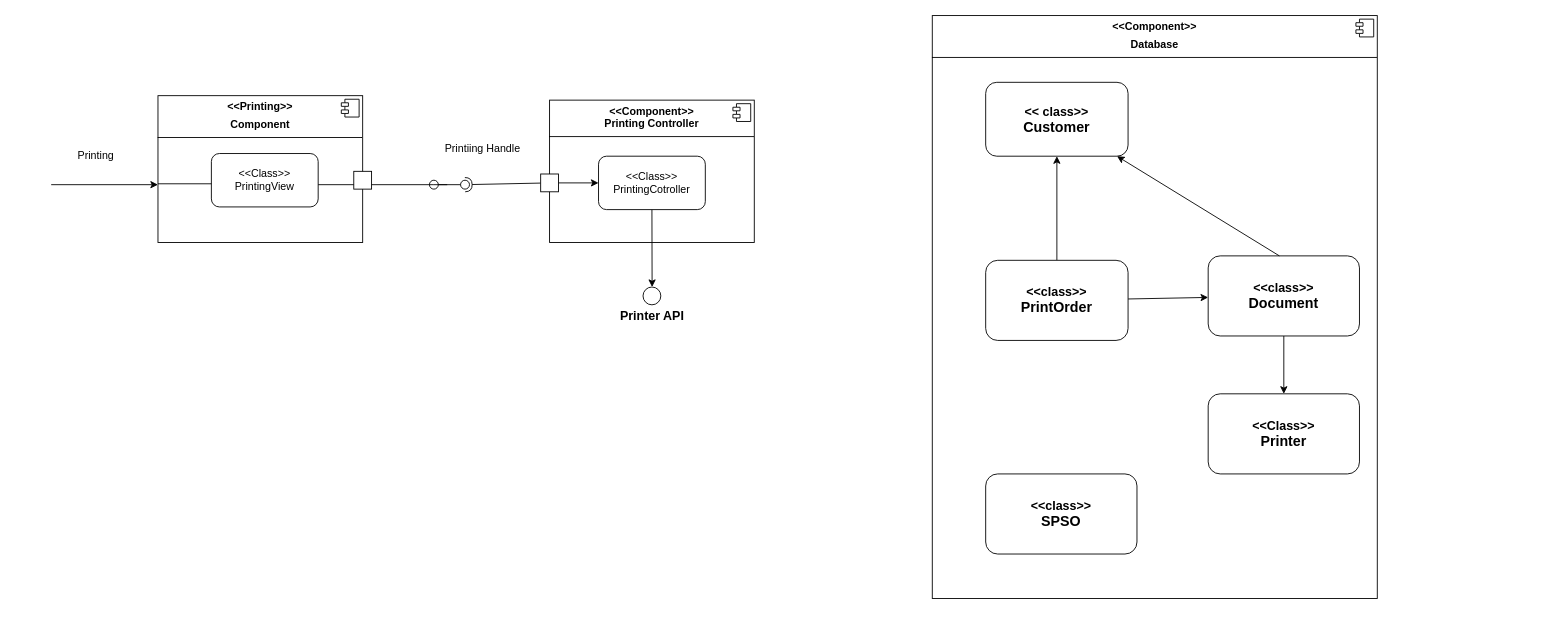
This is Untitled Diagram.drawio from QuangTrungK22/MCU_LAB3, a draw.io file, before an edit. Source tidied: cells renumbered, new cells numbered last; positions are measured from the earlier drawing's top-left corner, leaving out a move shared by most shapes. Both pictures are drawn from the tidied source at 89%, with x=0, y=0 at pixel (51, 15).
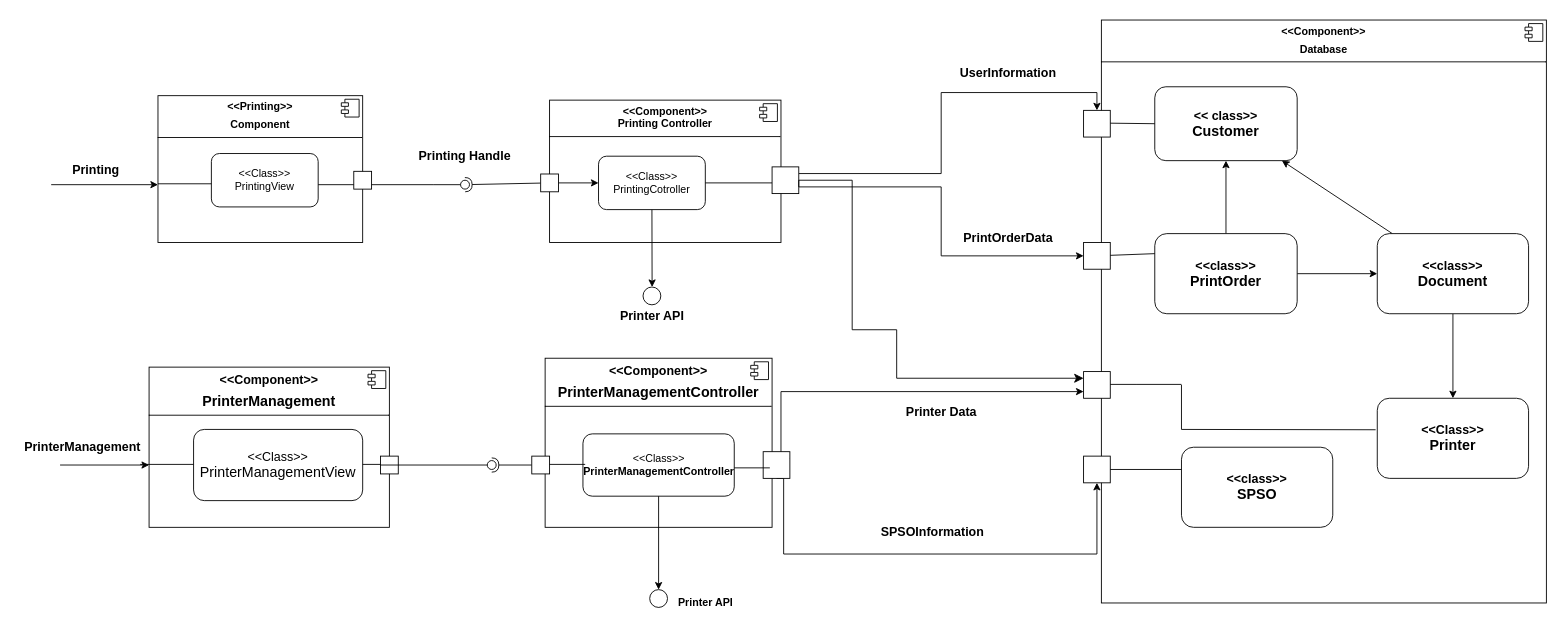
The same page after the edit.

Commit message:
CNPM_Diagram_3.2

Unchanged cells that the change refers to:
```xml
<mxCell id="10" style="line;strokeWidth=1;dashed=0;labelPosition=right;align=left;verticalAlign=middle;spacingTop=0;spacingLeft=6;points=[];portConstraint=eastwest;" parent="1" vertex="1">
  <mxGeometry x="300" y="125" width="130" height="130" as="geometry" />
</mxCell>
<mxCell id="22" value="&amp;lt;&amp;lt;Class&amp;gt;&amp;gt;&lt;div&gt;PrintingCotroller&lt;/div&gt;" style="rounded=1;whiteSpace=wrap;html=1;" parent="1" vertex="1">
  <mxGeometry x="615" y="158" width="120" height="60" as="geometry" />
</mxCell>
```

What changed in the source:
```diff
@@
-    <mxCell id="9" style="rounded=0;jettySize=auto;html=1;endArrow=oval;endFill=0;sketch=0;sourcePerimeterSpacing=0;targetPerimeterSpacing=0;endSize=10;" parent="1" edge="1" target="10">
-      <mxGeometry relative="1" as="geometry">
-        <mxPoint x="445" y="190" as="sourcePoint" />
-      </mxGeometry>
-    </mxCell>
@@
-    <mxCell id="14" value="Printing" style="text;html=1;align=center;verticalAlign=middle;strokeColor=none;fillColor=none;" parent="1" vertex="1">
-      <mxGeometry x="20" y="143" width="60" height="30" as="geometry" />
+    <mxCell id="14" value="&lt;font style=&quot;font-size: 14px;&quot;&gt;&lt;b&gt;Printing&lt;/b&gt;&lt;/font&gt;" style="text;html=1;align=center;verticalAlign=middle;strokeColor=none;fillColor=none;" parent="1" vertex="1">
+      <mxGeometry x="10" y="157.5" width="80" height="30" as="geometry" />
     </mxCell>
-    <mxCell id="15" value="Printiing Handle" style="text;html=1;align=center;verticalAlign=middle;whiteSpace=wrap;rounded=0;" parent="1" vertex="1">
-      <mxGeometry x="430" y="135" width="110" height="30" as="geometry" />
+    <mxCell id="15" value="&lt;font style=&quot;font-size: 14px;&quot;&gt;&lt;b&gt;Printing Handle&lt;/b&gt;&lt;/font&gt;" style="text;html=1;align=center;verticalAlign=middle;whiteSpace=wrap;rounded=0;" parent="1" vertex="1">
+      <mxGeometry x="410" y="143" width="110" height="30" as="geometry" />
     </mxCell>
@@
     <mxCell id="17" value="&lt;p style=&quot;margin:0px;margin-top:6px;text-align:center;&quot;&gt;&lt;b&gt;&amp;lt;&amp;lt;Component&amp;gt;&amp;gt;&lt;br&gt;Printing Controller&lt;/b&gt;&lt;/p&gt;&lt;hr size=&quot;1&quot; style=&quot;border-style:solid;&quot;&gt;&lt;p style=&quot;margin:0px;margin-left:8px;&quot;&gt;&lt;br&gt;&lt;br&gt;&lt;/p&gt;" style="align=left;overflow=fill;html=1;whiteSpace=wrap;" parent="1" vertex="1">
-      <mxGeometry x="560" y="95" width="230" height="160" as="geometry" />
+      <mxGeometry x="560" y="95" width="260" height="160" as="geometry" />
     </mxCell>
@@
     <mxCell id="25" value="&lt;p style=&quot;margin:0px;margin-top:6px;text-align:center;&quot;&gt;&lt;b&gt;&amp;lt;&amp;lt;Component&amp;gt;&amp;gt;&lt;/b&gt;&lt;/p&gt;&lt;p style=&quot;margin:0px;margin-top:6px;text-align:center;&quot;&gt;&lt;b&gt;Database&lt;/b&gt;&lt;/p&gt;&lt;hr size=&quot;1&quot; style=&quot;border-style:solid;&quot;&gt;&lt;p style=&quot;margin:0px;margin-left:8px;&quot;&gt;&lt;br&gt;&lt;/p&gt;" style="align=left;overflow=fill;html=1;whiteSpace=wrap;" parent="1" vertex="1">
-      <mxGeometry x="990" width="500" height="655" as="geometry" />
+      <mxGeometry x="1180" y="5" width="500" height="655" as="geometry" />
     </mxCell>
@@
     <mxCell id="27" value="&lt;font style=&quot;font-size: 14px;&quot;&gt;&lt;b&gt;&amp;lt;&amp;lt; class&amp;gt;&amp;gt;&lt;/b&gt;&lt;/font&gt;&lt;div&gt;&lt;font size=&quot;3&quot;&gt;&lt;b&gt;Customer&lt;/b&gt;&lt;/font&gt;&lt;/div&gt;" style="rounded=1;whiteSpace=wrap;html=1;" parent="1" vertex="1">
-      <mxGeometry x="1050" y="75" width="160" height="83" as="geometry" />
+      <mxGeometry x="1240" y="80" width="160" height="83" as="geometry" />
     </mxCell>
@@
     <mxCell id="30" value="&lt;font style=&quot;font-size: 14px;&quot;&gt;&lt;b&gt;&amp;lt;&amp;lt;class&amp;gt;&amp;gt;&lt;/b&gt;&lt;/font&gt;&lt;div&gt;&lt;font size=&quot;3&quot;&gt;&lt;b&gt;PrintOrder&lt;/b&gt;&lt;/font&gt;&lt;/div&gt;" style="rounded=1;whiteSpace=wrap;html=1;" parent="1" vertex="1">
-      <mxGeometry x="1050" y="275" width="160" height="90" as="geometry" />
+      <mxGeometry x="1240" y="245" width="160" height="90" as="geometry" />
     </mxCell>
@@
-    <mxCell id="32" value="&lt;font style=&quot;font-size: 14px;&quot;&gt;&lt;b&gt;&amp;lt;&amp;lt;class&amp;gt;&amp;gt;&lt;/b&gt;&lt;/font&gt;&lt;div&gt;&lt;font size=&quot;3&quot; style=&quot;&quot;&gt;&lt;b style=&quot;&quot;&gt;Document&lt;/b&gt;&lt;/font&gt;&lt;/div&gt;" style="rounded=1;whiteSpace=wrap;html=1;" parent="1" vertex="1">
-      <mxGeometry x="1300" y="270" width="170" height="90" as="geometry" />
-    </mxCell>
     <mxCell id="33" value="&lt;font style=&quot;font-size: 14px;&quot;&gt;&lt;b&gt;&amp;lt;&amp;lt;Class&amp;gt;&amp;gt;&lt;/b&gt;&lt;/font&gt;&lt;div&gt;&lt;font size=&quot;3&quot;&gt;&lt;b&gt;&amp;nbsp;Printer&amp;nbsp;&lt;/b&gt;&lt;/font&gt;&lt;/div&gt;" style="rounded=1;whiteSpace=wrap;html=1;" parent="1" vertex="1">
-      <mxGeometry x="1300" y="425" width="170" height="90" as="geometry" />
+      <mxGeometry x="1490" y="430" width="170" height="90" as="geometry" />
     </mxCell>
     <mxCell id="34" value="&lt;font style=&quot;font-size: 14px;&quot;&gt;&lt;b&gt;&amp;lt;&amp;lt;class&amp;gt;&amp;gt;&lt;/b&gt;&lt;/font&gt;&lt;div&gt;&lt;font size=&quot;3&quot;&gt;&lt;b&gt;SPSO&lt;/b&gt;&lt;/font&gt;&lt;/div&gt;" style="rounded=1;whiteSpace=wrap;html=1;" parent="1" vertex="1">
-      <mxGeometry x="1050" y="515" width="170" height="90" as="geometry" />
+      <mxGeometry x="1270" y="485" width="170" height="90" as="geometry" />
     </mxCell>
-    <mxCell id="35" style="endArrow=classic;html=1;rounded=0;" parent="1" edge="1" target="27">
-      <mxGeometry relative="1" as="geometry">
-        <mxPoint x="1380" y="270" as="sourcePoint" />
-      </mxGeometry>
+    <mxCell id="35" style="endArrow=classic;html=1;rounded=0;" parent="1" edge="1" source="32" target="27">
+      <mxGeometry relative="1" as="geometry" />
     </mxCell>
+    <mxCell id="36" style="endArrow=classic;html=1;rounded=0;" parent="1" edge="1">
+      <mxGeometry relative="1" as="geometry">
+        <mxPoint x="10" y="505" as="sourcePoint" />
+        <mxPoint x="110" y="505" as="targetPoint" />
+      </mxGeometry>
+    </mxCell>
+    <mxCell id="37" value="&lt;p style=&quot;margin:0px;margin-top:6px;text-align:center;&quot;&gt;&lt;b&gt;&lt;font style=&quot;font-size: 14px;&quot;&gt;&amp;lt;&amp;lt;Component&amp;gt;&amp;gt;&lt;/font&gt;&lt;/b&gt;&lt;/p&gt;&lt;p style=&quot;margin:0px;margin-top:6px;text-align:center;&quot;&gt;&lt;font size=&quot;3&quot; style=&quot;&quot;&gt;&lt;b style=&quot;&quot;&gt;PrinterManagement&lt;/b&gt;&lt;/font&gt;&lt;/p&gt;&lt;hr size=&quot;1&quot; style=&quot;border-style:solid;&quot;&gt;&lt;p style=&quot;margin:0px;margin-left:8px;&quot;&gt;&lt;font size=&quot;3&quot;&gt;&lt;span style=&quot;white-space: pre;&quot;&gt;&#9;&lt;/span&gt;&lt;span style=&quot;white-space: pre;&quot;&gt;&#9;&lt;/span&gt;&lt;span style=&quot;white-space: pre;&quot;&gt;&#9;&lt;/span&gt;&lt;/font&gt;&lt;br&gt;&lt;/p&gt;" style="align=left;overflow=fill;html=1;whiteSpace=wrap;" parent="1" vertex="1">
+      <mxGeometry x="110" y="395" width="270" height="180" as="geometry" />
+    </mxCell>
+    <mxCell id="38" style="shape=component;jettyWidth=8;jettyHeight=4;" parent="37" vertex="1">
+      <mxGeometry x="1" width="20" height="20" relative="1" as="geometry">
+        <mxPoint x="-24" y="4" as="offset" />
+      </mxGeometry>
+    </mxCell>
+    <mxCell id="39" value="&lt;font style=&quot;font-size: 14px;&quot;&gt;&amp;lt;&amp;lt;Class&amp;gt;&amp;gt;&lt;/font&gt;&lt;div&gt;&lt;font size=&quot;3&quot;&gt;PrinterManagementView&lt;/font&gt;&lt;/div&gt;" style="rounded=1;whiteSpace=wrap;html=1;" parent="1" vertex="1">
+      <mxGeometry x="160" y="465" width="190" height="80" as="geometry" />
+    </mxCell>
+    <mxCell id="40" style="endArrow=none;html=1;rounded=0;" parent="1" edge="1">
+      <mxGeometry relative="1" as="geometry">
+        <mxPoint x="100" y="504.3" as="sourcePoint" />
+        <mxPoint x="160" y="504.3" as="targetPoint" />
+      </mxGeometry>
+    </mxCell>
+    <mxCell id="41" style="endArrow=none;html=1;rounded=0;" parent="1" edge="1">
+      <mxGeometry relative="1" as="geometry">
+        <mxPoint x="350" y="504.3" as="sourcePoint" />
+        <mxPoint x="380" y="504.3" as="targetPoint" />
+      </mxGeometry>
+    </mxCell>
+    <mxCell id="42" style="whiteSpace=wrap;html=1;" parent="1" vertex="1">
+      <mxGeometry x="370" y="495" width="20" height="20" as="geometry" />
+    </mxCell>
+    <mxCell id="43" style="rounded=0;jettySize=auto;html=1;endArrow=halfCircle;endFill=0;endSize=6;strokeWidth=1;sketch=0;" parent="1" edge="1" source="50" target="45">
+      <mxGeometry relative="1" as="geometry" />
+    </mxCell>
+    <mxCell id="44" style="rounded=0;jettySize=auto;html=1;endArrow=oval;endFill=0;sketch=0;sourcePerimeterSpacing=0;targetPerimeterSpacing=0;endSize=10;exitX=0;exitY=0.5;exitDx=0;exitDy=0;" parent="1" edge="1" source="42" target="45">
+      <mxGeometry relative="1" as="geometry" />
+    </mxCell>
+    <mxCell id="45" style="ellipse;whiteSpace=wrap;html=1;align=center;fillColor=none;strokeColor=none;perimeter=centerPerimeter;points=[];outlineConnect=1;" parent="1" vertex="1">
+      <mxGeometry x="490" y="500" width="10" height="10" as="geometry" />
+    </mxCell>
+    <mxCell id="46" value="&lt;p style=&quot;margin:0px;margin-top:6px;text-align:center;&quot;&gt;&lt;font style=&quot;font-size: 14px;&quot;&gt;&lt;b&gt;&amp;lt;&amp;lt;Component&amp;gt;&amp;gt;&lt;/b&gt;&lt;/font&gt;&lt;/p&gt;&lt;p style=&quot;margin:0px;margin-top:6px;text-align:center;&quot;&gt;&lt;font style=&quot;&quot; size=&quot;3&quot;&gt;&lt;b&gt;PrinterManagementController&lt;/b&gt;&lt;/font&gt;&lt;/p&gt;&lt;hr size=&quot;1&quot; style=&quot;border-style:solid;&quot;&gt;&lt;p style=&quot;margin:0px;margin-left:8px;&quot;&gt;&lt;br&gt;&lt;/p&gt;" style="align=left;overflow=fill;html=1;whiteSpace=wrap;" parent="1" vertex="1">
+      <mxGeometry x="555" y="385" width="255" height="190" as="geometry" />
+    </mxCell>
+    <mxCell id="47" style="shape=component;jettyWidth=8;jettyHeight=4;" parent="46" vertex="1">
+      <mxGeometry x="1" width="20" height="20" relative="1" as="geometry">
+        <mxPoint x="-24" y="4" as="offset" />
+      </mxGeometry>
+    </mxCell>
+    <mxCell id="48" style="edgeStyle=orthogonalEdgeStyle;rounded=0;orthogonalLoop=1;jettySize=auto;html=1;exitX=0.5;exitY=1;exitDx=0;exitDy=0;" parent="1" edge="1" source="46" target="46">
+      <mxGeometry relative="1" as="geometry" />
+    </mxCell>
+    <mxCell id="49" style="rounded=0;jettySize=auto;html=1;endArrow=halfCircle;endFill=0;endSize=6;strokeWidth=1;sketch=0;" parent="1" edge="1" target="50">
+      <mxGeometry relative="1" as="geometry">
+        <mxPoint x="550" y="505" as="sourcePoint" />
+      </mxGeometry>
+    </mxCell>
+    <mxCell id="50" style="whiteSpace=wrap;html=1;" parent="1" vertex="1">
+      <mxGeometry x="540" y="495" width="20" height="20" as="geometry" />
+    </mxCell>
+    <mxCell id="51" style="edgeStyle=orthogonalEdgeStyle;rounded=0;jettySize=auto;html=1;exitX=0.5;exitY=1;exitDx=0;exitDy=0;" parent="1" edge="1" source="55">
+      <mxGeometry relative="1" as="geometry">
+        <mxPoint x="683" y="645" as="targetPoint" />
+      </mxGeometry>
+    </mxCell>
+    <mxCell id="52" value="&amp;lt;&amp;lt;Class&amp;gt;&amp;gt;&lt;div&gt;&lt;b style=&quot;&quot;&gt;&lt;font style=&quot;font-size: 12px;&quot;&gt;PrinterManagementController&lt;/font&gt;&lt;/b&gt;&lt;/div&gt;" style="rounded=1;whiteSpace=wrap;html=1;" parent="1" vertex="1">
+      <mxGeometry x="597.5" y="470" width="170" height="70" as="geometry" />
+    </mxCell>
+    <mxCell id="53" style="endArrow=none;html=1;rounded=0;" parent="1" edge="1">
+      <mxGeometry relative="1" as="geometry">
+        <mxPoint x="560" y="504.3" as="sourcePoint" />
+        <mxPoint x="600" y="504.3" as="targetPoint" />
+      </mxGeometry>
+    </mxCell>
+    <mxCell id="54" style="edgeStyle=orthogonalEdgeStyle;rounded=0;jettySize=auto;html=1;exitX=0.5;exitY=1;exitDx=0;exitDy=0;" parent="1" edge="1" source="52" target="55">
+      <mxGeometry relative="1" as="geometry" />
+    </mxCell>
+    <mxCell id="55" style="ellipse;whiteSpace=wrap;html=1;" parent="1" vertex="1">
+      <mxGeometry x="672.5" y="645" width="20" height="20" as="geometry" />
+    </mxCell>
+    <mxCell id="56" value="&lt;b&gt;Printer API&lt;/b&gt;" style="text;html=1;align=center;verticalAlign=middle;strokeColor=none;fillColor=none;" parent="1" vertex="1">
+      <mxGeometry x="690" y="645" width="90" height="30" as="geometry" />
+    </mxCell>
+    <mxCell id="57" style="edgeStyle=orthogonalEdgeStyle;rounded=0;jettySize=auto;html=1;exitX=1;exitY=0.25;exitDx=0;exitDy=0;entryX=0.5;entryY=0;entryDx=0;entryDy=0;" parent="1" edge="1" source="59" target="63">
+      <mxGeometry relative="1" as="geometry" />
+    </mxCell>
+    <mxCell id="58" style="edgeStyle=orthogonalEdgeStyle;rounded=0;jettySize=auto;html=1;exitX=1;exitY=0.75;exitDx=0;exitDy=0;entryX=0;entryY=0.5;entryDx=0;entryDy=0;" parent="1" edge="1" source="59" target="64">
+      <mxGeometry relative="1" as="geometry" />
+    </mxCell>
+    <mxCell id="59" style="whiteSpace=wrap;html=1;" parent="1" vertex="1">
+      <mxGeometry x="810" y="170" width="30" height="30" as="geometry" />
+    </mxCell>
+    <mxCell id="60" style="edgeStyle=orthogonalEdgeStyle;rounded=0;jettySize=auto;html=1;entryX=0.5;entryY=1;entryDx=0;entryDy=0;exitX=0.5;exitY=1;exitDx=0;exitDy=0;" parent="1" edge="1" source="62" target="65">
+      <mxGeometry relative="1" as="geometry">
+        <Array as="points">
+          <mxPoint x="823" y="520" />
+          <mxPoint x="823" y="605" />
+          <mxPoint x="1175" y="605" />
+        </Array>
+      </mxGeometry>
+    </mxCell>
+    <mxCell id="61" style="edgeStyle=orthogonalEdgeStyle;rounded=0;jettySize=auto;html=1;exitX=1;exitY=0.25;exitDx=0;exitDy=0;entryX=0;entryY=0.75;entryDx=0;entryDy=0;" parent="1" edge="1" source="62" target="66">
+      <mxGeometry relative="1" as="geometry">
+        <Array as="points">
+          <mxPoint x="820" y="498" />
+          <mxPoint x="820" y="423" />
+        </Array>
+      </mxGeometry>
+    </mxCell>
+    <mxCell id="62" style="whiteSpace=wrap;html=1;" parent="1" vertex="1">
+      <mxGeometry x="800" y="490" width="30" height="30" as="geometry" />
+    </mxCell>
+    <mxCell id="63" style="whiteSpace=wrap;html=1;" parent="1" vertex="1">
+      <mxGeometry x="1160" y="106.5" width="30" height="30" as="geometry" />
+    </mxCell>
+    <mxCell id="64" style="whiteSpace=wrap;html=1;" parent="1" vertex="1">
+      <mxGeometry x="1160" y="255" width="30" height="30" as="geometry" />
+    </mxCell>
+    <mxCell id="65" style="whiteSpace=wrap;html=1;" parent="1" vertex="1">
+      <mxGeometry x="1160" y="495" width="30" height="30" as="geometry" />
+    </mxCell>
+    <mxCell id="66" style="whiteSpace=wrap;html=1;" parent="1" vertex="1">
+      <mxGeometry x="1160" y="400" width="30" height="30" as="geometry" />
+    </mxCell>
+    <mxCell id="67" style="endArrow=none;html=1;rounded=0;" parent="1" edge="1">
+      <mxGeometry relative="1" as="geometry">
+        <mxPoint x="767.5" y="508.2" as="sourcePoint" />
+        <mxPoint x="807.5" y="508.2" as="targetPoint" />
+      </mxGeometry>
+    </mxCell>
+    <mxCell id="68" value="&lt;font style=&quot;font-size: 14px;&quot;&gt;&lt;b&gt;SPSOInformation&lt;/b&gt;&lt;/font&gt;" style="text;html=1;align=center;verticalAlign=middle;strokeColor=none;fillColor=none;" parent="1" vertex="1">
+      <mxGeometry x="920" y="565" width="140" height="30" as="geometry" />
+    </mxCell>
+    <mxCell id="69" value="&lt;font style=&quot;font-size: 14px;&quot;&gt;&lt;b&gt;Printer Data&lt;/b&gt;&lt;/font&gt;" style="text;html=1;align=center;verticalAlign=middle;strokeColor=none;fillColor=none;" parent="1" vertex="1">
+      <mxGeometry x="950" y="430" width="100" height="30" as="geometry" />
+    </mxCell>
+    <mxCell id="70" style="edgeStyle=segmentEdgeStyle;endArrow=classic;html=1;curved=0;rounded=0;endSize=8;startSize=8;sourcePerimeterSpacing=0;targetPerimeterSpacing=0;entryX=0;entryY=0.25;entryDx=0;entryDy=0;exitX=1;exitY=0.75;exitDx=0;exitDy=0;" parent="1" edge="1" source="59" target="66">
+      <mxGeometry relative="1" as="geometry">
+        <Array as="points">
+          <mxPoint x="840" y="185" />
+          <mxPoint x="900" y="185" />
+          <mxPoint x="900" y="353" />
+          <mxPoint x="950" y="353" />
+          <mxPoint x="950" y="408" />
+        </Array>
+      </mxGeometry>
+    </mxCell>
+    <mxCell id="71" style="ellipse;whiteSpace=wrap;html=1;align=center;fillColor=none;strokeColor=none;perimeter=centerPerimeter;" parent="1" vertex="1">
+      <mxGeometry x="845" y="305" width="10" height="10" as="geometry" />
+    </mxCell>
+    <mxCell id="72" value="&lt;b&gt;&lt;font style=&quot;font-size: 14px;&quot;&gt;UserInformation&lt;/font&gt;&lt;/b&gt;" style="text;html=1;align=center;verticalAlign=middle;strokeColor=none;fillColor=none;" parent="1" vertex="1">
+      <mxGeometry x="1010" y="50" width="130" height="30" as="geometry" />
+    </mxCell>
+    <mxCell id="73" value="&lt;font style=&quot;font-size: 14px;&quot;&gt;&lt;b&gt;PrintOrderData&lt;/b&gt;&lt;/font&gt;" style="text;html=1;align=center;verticalAlign=middle;strokeColor=none;fillColor=none;" parent="1" vertex="1">
+      <mxGeometry x="1015" y="235" width="120" height="30" as="geometry" />
+    </mxCell>
+    <mxCell id="74" value="&lt;font style=&quot;font-size: 14px;&quot;&gt;&lt;b&gt;PrinterManagement&lt;/b&gt;&lt;/font&gt;" style="text;html=1;align=center;verticalAlign=middle;strokeColor=none;fillColor=none;" parent="1" vertex="1">
+      <mxGeometry x="-40" y="470" width="150" height="30" as="geometry" />
+    </mxCell>
+    <mxCell id="75" style="endArrow=none;html=1;rounded=0;exitX=1;exitY=0.5;exitDx=0;exitDy=0;" parent="1" edge="1" source="22">
+      <mxGeometry relative="1" as="geometry">
+        <mxPoint x="810" y="188" as="targetPoint" />
+      </mxGeometry>
+    </mxCell>
+    <mxCell id="76" style="endArrow=none;html=1;rounded=0;entryX=0;entryY=0.5;entryDx=0;entryDy=0;" parent="1" edge="1" target="27">
+      <mxGeometry relative="1" as="geometry">
+        <mxPoint x="1190" y="120.9" as="sourcePoint" />
+      </mxGeometry>
+    </mxCell>
+    <mxCell id="77" style="endArrow=classic;html=1;rounded=0;" parent="1" edge="1" target="32">
+      <mxGeometry relative="1" as="geometry">
+        <mxPoint x="1570" y="275" as="sourcePoint" />
+      </mxGeometry>
+    </mxCell>
+    <mxCell id="32" value="&lt;font style=&quot;font-size: 14px;&quot;&gt;&lt;b&gt;&amp;lt;&amp;lt;class&amp;gt;&amp;gt;&lt;/b&gt;&lt;/font&gt;&lt;div&gt;&lt;font size=&quot;3&quot; style=&quot;&quot;&gt;&lt;b style=&quot;&quot;&gt;Document&lt;/b&gt;&lt;/font&gt;&lt;/div&gt;" style="rounded=1;whiteSpace=wrap;html=1;" parent="1" vertex="1">
+      <mxGeometry x="1490" y="245" width="170" height="90" as="geometry" />
+    </mxCell>
+    <mxCell id="78" style="endArrow=none;html=1;rounded=0;entryX=0;entryY=0.25;entryDx=0;entryDy=0;" parent="1" edge="1" target="30">
+      <mxGeometry relative="1" as="geometry">
+        <mxPoint x="1190" y="269.4" as="sourcePoint" />
+      </mxGeometry>
+    </mxCell>
+    <mxCell id="79" style="endArrow=none;html=1;rounded=0;" parent="1" edge="1">
+      <mxGeometry relative="1" as="geometry">
+        <mxPoint x="1190" y="414.4" as="sourcePoint" />
+        <mxPoint x="1270" y="414.4" as="targetPoint" />
+        <Array as="points">
+          <mxPoint x="1220" y="414.4" />
+        </Array>
+      </mxGeometry>
+    </mxCell>
+    <mxCell id="80" style="endArrow=none;html=1;rounded=0;" parent="1" edge="1">
+      <mxGeometry relative="1" as="geometry">
+        <mxPoint x="1270" y="465" as="sourcePoint" />
+        <mxPoint x="1270" y="415" as="targetPoint" />
+      </mxGeometry>
+    </mxCell>
+    <mxCell id="81" style="endArrow=none;html=1;rounded=0;entryX=-0.011;entryY=0.393;entryDx=0;entryDy=0;entryPerimeter=0;" parent="1" edge="1" target="33">
+      <mxGeometry relative="1" as="geometry">
+        <mxPoint x="1270" y="465" as="sourcePoint" />
+      </mxGeometry>
+    </mxCell>
+    <mxCell id="82" style="endArrow=none;html=1;rounded=0;" parent="1" edge="1">
+      <mxGeometry relative="1" as="geometry">
+        <mxPoint x="1190" y="510" as="sourcePoint" />
+        <mxPoint x="1270" y="510" as="targetPoint" />
+      </mxGeometry>
+    </mxCell>
```
